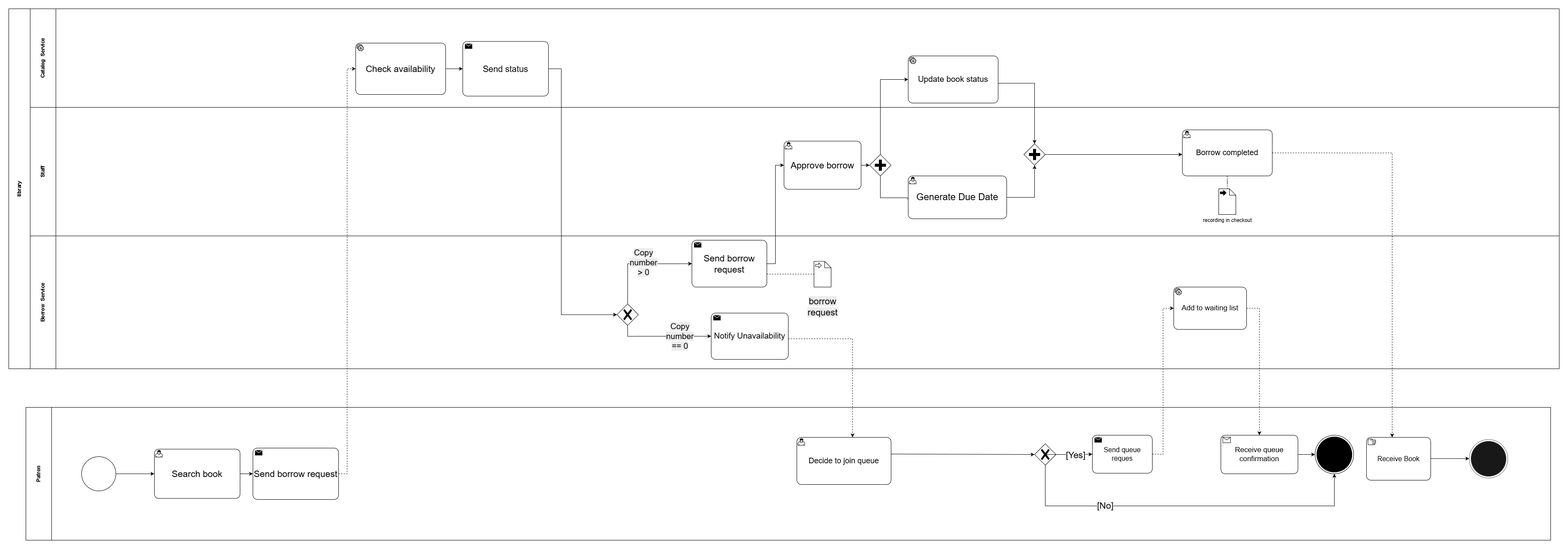
Above: cpe/lab4/BPMNv67.png in Shizulka/library-database (draw.io), before the change. Source tidied: cells renumbered, new cells last; positions are measured from the earlier drawing's top-left corner, leaving out a move shared by most shapes.
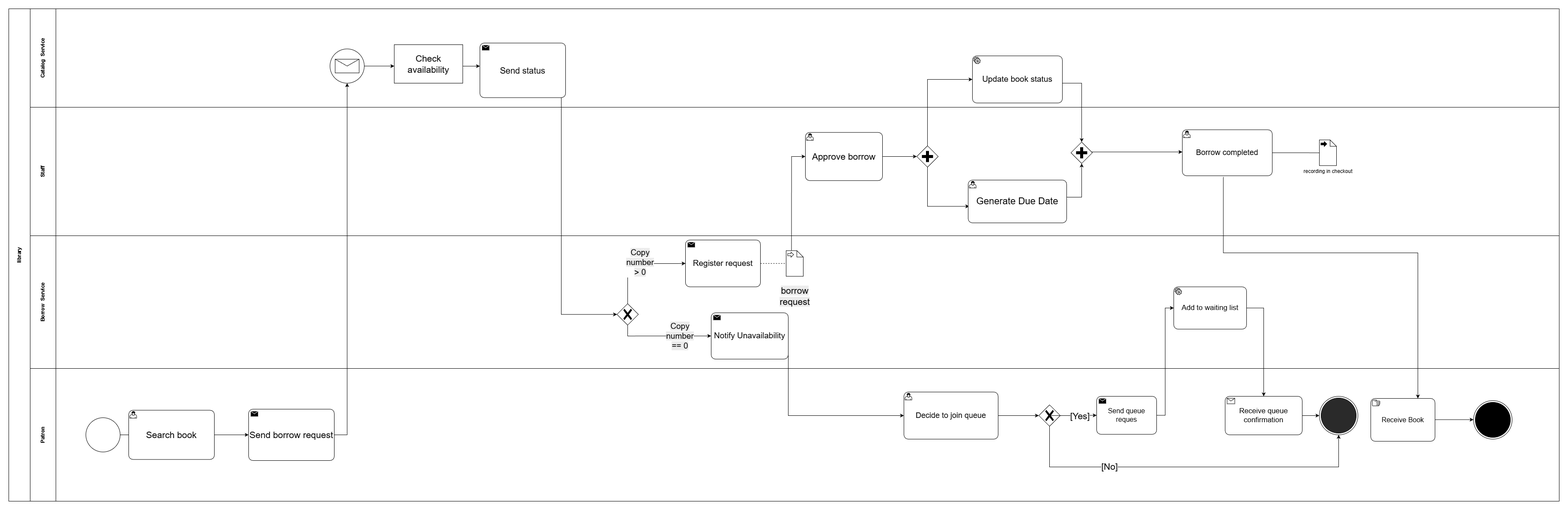
Later version of the same file.

Change to the diagram source:
```diff
@@ -5,3 +5,3 @@
     <mxCell id="2" value="library" style="swimlane;horizontal=0;startSize=50;html=1;" parent="1" vertex="1">
-      <mxGeometry width="3620" height="840" as="geometry" />
+      <mxGeometry width="3620" height="1150" as="geometry" />
     </mxCell>
@@ -10,14 +10,25 @@
     </mxCell>
-    <mxCell id="4" value="&lt;span style=&quot;font-size: 21px;&quot;&gt;Check availability&lt;/span&gt;" style="points=[[0.25,0,0],[0.5,0,0],[0.75,0,0],[1,0.25,0],[1,0.5,0],[1,0.75,0],[0.75,1,0],[0.5,1,0],[0.25,1,0],[0,0.75,0],[0,0.5,0],[0,0.25,0]];shape=mxgraph.bpmn.task2;whiteSpace=wrap;rectStyle=rounded;size=10;html=1;taskMarker=service;" parent="3" vertex="1">
-      <mxGeometry x="760" y="80" width="210" height="120" as="geometry" />
-    </mxCell>
     <mxCell id="5" value="&lt;span style=&quot;font-size: 19px;&quot;&gt;Update book status&lt;/span&gt;" style="points=[[0.25,0,0],[0.5,0,0],[0.75,0,0],[1,0.25,0],[1,0.5,0],[1,0.75,0],[0.75,1,0],[0.5,1,0],[0.25,1,0],[0,0.75,0],[0,0.5,0],[0,0.25,0]];shape=mxgraph.bpmn.task2;whiteSpace=wrap;rectStyle=rounded;size=10;html=1;taskMarker=service;" parent="3" vertex="1">
-      <mxGeometry x="2050" y="110" width="210" height="110" as="geometry" />
+      <mxGeometry x="2200" y="110" width="210" height="110" as="geometry" />
     </mxCell>
     <mxCell id="6" value="&lt;font style=&quot;font-size: 20px;&quot;&gt;Send status&lt;/font&gt;" style="points=[[0.25,0,0],[0.5,0,0],[0.75,0,0],[1,0.25,0],[1,0.5,0],[1,0.75,0],[0.75,1,0],[0.5,1,0],[0.25,1,0],[0,0.75,0],[0,0.5,0],[0,0.25,0]];shape=mxgraph.bpmn.task2;whiteSpace=wrap;rectStyle=rounded;size=10;html=1;taskMarker=send;" parent="3" vertex="1">
-      <mxGeometry x="1010" y="76.2" width="200" height="127.5" as="geometry" />
+      <mxGeometry x="1050" y="80" width="200" height="127.5" as="geometry" />
     </mxCell>
+    <mxCell id="60" style="points=[[0.145,0.145,0],[0.5,0,0],[0.855,0.145,0],[1,0.5,0],[0.855,0.855,0],[0.5,1,0],[0.145,0.855,0],[0,0.5,0]];shape=mxgraph.bpmn.event;html=1;verticalLabelPosition=bottom;labelBackgroundColor=#ffffff;verticalAlign=top;align=center;perimeter=ellipsePerimeter;outlineConnect=0;outline=standard;symbol=message;" parent="3" vertex="1">
+      <mxGeometry x="700" y="93.8" width="80" height="80" as="geometry" />
+    </mxCell>
+    <mxCell id="4" value="&lt;span style=&quot;font-size: 21px;&quot;&gt;Check availability&lt;/span&gt;" style="rounded=0;whiteSpace=wrap;html=1;" parent="3" vertex="1">
+      <mxGeometry x="850" y="83.8" width="160" height="90" as="geometry" />
+    </mxCell>
     <mxCell id="7" style="edgeStyle=orthogonalEdgeStyle;rounded=0;jettySize=auto;html=1;" parent="3" edge="1" source="4" target="6">
-      <mxGeometry relative="1" as="geometry" />
+      <mxGeometry relative="1" as="geometry">
+        <Array as="points">
+          <mxPoint x="1040" y="134" />
+          <mxPoint x="1040" y="134" />
+        </Array>
+      </mxGeometry>
     </mxCell>
+    <mxCell id="61" style="edgeStyle=orthogonalEdgeStyle;rounded=0;jettySize=auto;html=1;entryX=0;entryY=0.556;entryDx=0;entryDy=0;entryPerimeter=0;" parent="3" edge="1" source="60" target="4">
+      <mxGeometry relative="1" as="geometry" />
+    </mxCell>
     <mxCell id="8" style="edgeStyle=orthogonalEdgeStyle;rounded=0;jettySize=auto;html=1;exitX=0.997;exitY=0.58;exitDx=0;exitDy=0;exitPerimeter=0;" parent="2" edge="1" source="5" target="16">
@@ -25,3 +36,3 @@
         <Array as="points">
-          <mxPoint x="2395" y="174" />
+          <mxPoint x="2505" y="174" />
         </Array>
@@ -29,2 +40,20 @@
     </mxCell>
+    <mxCell id="21" style="edgeStyle=orthogonalEdgeStyle;rounded=0;jettySize=auto;html=1;entryX=0;entryY=0.5;entryDx=0;entryDy=0;entryPerimeter=0;" parent="2" edge="1" source="14" target="5">
+      <mxGeometry relative="1" as="geometry">
+        <Array as="points">
+          <mxPoint x="2145" y="165" />
+        </Array>
+      </mxGeometry>
+    </mxCell>
+    <mxCell id="22" style="edgeStyle=orthogonalEdgeStyle;rounded=0;jettySize=auto;html=1;entryX=0;entryY=0.5;entryDx=0;entryDy=0;entryPerimeter=0;" parent="2" edge="1" source="6" target="28">
+      <mxGeometry relative="1" as="geometry">
+        <Array as="points">
+          <mxPoint x="1290" y="140" />
+          <mxPoint x="1290" y="714" />
+        </Array>
+      </mxGeometry>
+    </mxCell>
+    <mxCell id="23" style="edgeStyle=orthogonalEdgeStyle;rounded=0;jettySize=auto;html=1;entryX=0;entryY=0.5;entryDx=0;entryDy=0;entryPerimeter=0;exitX=0;exitY=0;exitDx=12.5;exitDy=0;exitPerimeter=0;" parent="2" edge="1" source="33" target="12">
+      <mxGeometry relative="1" as="geometry" />
+    </mxCell>
     <mxCell id="9" value="Staff" style="swimlane;startSize=60;horizontal=0;html=1;" parent="2" vertex="1">
@@ -35,3 +64,4 @@
         <Array as="points">
-          <mxPoint x="2345" y="210" />
+          <mxPoint x="2420" y="210" />
+          <mxPoint x="2455" y="210" />
         </Array>
@@ -39,5 +69,8 @@
     </mxCell>
-    <mxCell id="11" style="edgeStyle=orthogonalEdgeStyle;rounded=0;jettySize=auto;html=1;curved=0;entryX=0;entryY=0.5;entryDx=0;entryDy=0;exitX=1;exitY=0.5;exitDx=0;exitDy=0;exitPerimeter=0;" parent="9" edge="1" source="16">
+    <mxCell id="11" style="edgeStyle=orthogonalEdgeStyle;rounded=0;jettySize=auto;html=1;curved=0;exitX=1;exitY=0.5;exitDx=0;exitDy=0;exitPerimeter=0;" parent="9" edge="1" target="18">
       <mxGeometry relative="1" as="geometry">
-        <mxPoint x="2690" y="110" as="targetPoint" />
+        <mxPoint x="2470" y="104.4" as="sourcePoint" />
+        <Array as="points">
+          <mxPoint x="2470" y="106" />
+        </Array>
       </mxGeometry>
@@ -45,3 +78,3 @@
     <mxCell id="12" value="&lt;span style=&quot;font-size: 21px;&quot;&gt;Approve borrow&lt;/span&gt;" style="points=[[0.25,0,0],[0.5,0,0],[0.75,0,0],[1,0.25,0],[1,0.5,0],[1,0.75,0],[0.75,1,0],[0.5,1,0],[0.25,1,0],[0,0.75,0],[0,0.5,0],[0,0.25,0]];shape=mxgraph.bpmn.task2;whiteSpace=wrap;rectStyle=rounded;size=10;html=1;taskMarker=user;" parent="9" vertex="1">
-      <mxGeometry x="1760" y="78.8" width="180" height="112.5" as="geometry" />
+      <mxGeometry x="1810" y="58.8" width="180" height="112.5" as="geometry" />
     </mxCell>
@@ -50,3 +83,3 @@
         <Array as="points">
-          <mxPoint x="1985" y="211" />
+          <mxPoint x="2095" y="231" />
         </Array>
@@ -55,3 +88,3 @@
     <mxCell id="14" style="points=[[0.25,0.25,0],[0.5,0,0],[0.75,0.25,0],[1,0.5,0],[0.75,0.75,0],[0.5,1,0],[0.25,0.75,0],[0,0.5,0]];shape=mxgraph.bpmn.gateway2;html=1;verticalLabelPosition=bottom;labelBackgroundColor=#ffffff;verticalAlign=top;align=center;perimeter=rhombusPerimeter;outlineConnect=0;outline=none;symbol=none;gwType=parallel;" parent="9" vertex="1">
-      <mxGeometry x="1960" y="110" width="50" height="50" as="geometry" />
+      <mxGeometry x="2070" y="90" width="50" height="50" as="geometry" />
     </mxCell>
@@ -61,5 +94,5 @@
     <mxCell id="16" style="points=[[0.25,0.25,0],[0.5,0,0],[0.75,0.25,0],[1,0.5,0],[0.75,0.75,0],[0.5,1,0],[0.25,0.75,0],[0,0.5,0]];shape=mxgraph.bpmn.gateway2;html=1;verticalLabelPosition=bottom;labelBackgroundColor=#ffffff;verticalAlign=top;align=center;perimeter=rhombusPerimeter;outlineConnect=0;outline=none;symbol=none;gwType=parallel;" parent="9" vertex="1">
-      <mxGeometry x="2320" y="85" width="50" height="50" as="geometry" />
+      <mxGeometry x="2430" y="81.2" width="50" height="50" as="geometry" />
     </mxCell>
-    <mxCell id="17" style="edgeStyle=orthogonalEdgeStyle;rounded=0;jettySize=auto;html=1;endArrow=none;endFill=0;dashed=1;" parent="9" edge="1" source="18" target="20">
+    <mxCell id="17" style="edgeStyle=orthogonalEdgeStyle;rounded=0;jettySize=auto;html=1;endArrow=none;endFill=0;" parent="9" edge="1" source="18" target="20">
       <mxGeometry relative="1" as="geometry" />
@@ -70,25 +103,7 @@
     <mxCell id="19" value="&lt;span style=&quot;font-size: 22px;&quot;&gt;Generate Due Date&lt;/span&gt;" style="points=[[0.25,0,0],[0.5,0,0],[0.75,0,0],[1,0.25,0],[1,0.5,0],[1,0.75,0],[0.75,1,0],[0.5,1,0],[0.25,1,0],[0,0.75,0],[0,0.5,0],[0,0.25,0]];shape=mxgraph.bpmn.task2;whiteSpace=wrap;rectStyle=rounded;size=10;html=1;taskMarker=user;" parent="9" vertex="1">
-      <mxGeometry x="2050" y="160" width="230" height="100" as="geometry" />
+      <mxGeometry x="2190" y="170" width="230" height="100" as="geometry" />
     </mxCell>
     <mxCell id="20" value="recording in checkout" style="shape=mxgraph.bpmn.data2;labelPosition=center;verticalLabelPosition=bottom;align=center;verticalAlign=top;size=15;html=1;bpmnTransferType=output;" parent="9" vertex="1">
-      <mxGeometry x="2775" y="190" width="40" height="60" as="geometry" />
+      <mxGeometry x="3010" y="76.2" width="40" height="60" as="geometry" />
     </mxCell>
-    <mxCell id="21" style="edgeStyle=orthogonalEdgeStyle;rounded=0;jettySize=auto;html=1;entryX=0;entryY=0.5;entryDx=0;entryDy=0;entryPerimeter=0;" parent="2" edge="1" source="14" target="5">
-      <mxGeometry relative="1" as="geometry">
-        <Array as="points">
-          <mxPoint x="2035" y="165" />
-        </Array>
-      </mxGeometry>
-    </mxCell>
-    <mxCell id="22" style="edgeStyle=orthogonalEdgeStyle;rounded=0;jettySize=auto;html=1;entryX=0;entryY=0.5;entryDx=0;entryDy=0;entryPerimeter=0;" parent="2" edge="1" source="6" target="28">
-      <mxGeometry relative="1" as="geometry">
-        <Array as="points">
-          <mxPoint x="1290" y="140" />
-          <mxPoint x="1290" y="714" />
-        </Array>
-      </mxGeometry>
-    </mxCell>
-    <mxCell id="23" style="edgeStyle=orthogonalEdgeStyle;rounded=0;jettySize=auto;html=1;entryX=0;entryY=0.5;entryDx=0;entryDy=0;entryPerimeter=0;" parent="2" edge="1" source="29" target="12">
-      <mxGeometry relative="1" as="geometry" />
-    </mxCell>
     <mxCell id="24" value="Borrow&amp;nbsp; Service" style="swimlane;startSize=60;horizontal=0;html=1;" parent="2" vertex="1">
@@ -114,4 +129,4 @@
     </mxCell>
-    <mxCell id="29" value="&lt;span style=&quot;font-size: 21px;&quot;&gt;Send borrow request&lt;/span&gt;" style="points=[[0.25,0,0],[0.5,0,0],[0.75,0,0],[1,0.25,0],[1,0.5,0],[1,0.75,0],[0.75,1,0],[0.5,1,0],[0.25,1,0],[0,0.75,0],[0,0.5,0],[0,0.25,0]];shape=mxgraph.bpmn.task2;whiteSpace=wrap;rectStyle=rounded;size=10;html=1;taskMarker=send;" parent="24" vertex="1">
-      <mxGeometry x="1545" y="10" width="175" height="109.4" as="geometry" />
+    <mxCell id="29" value="&lt;font style=&quot;font-size: 19px;&quot;&gt;Register request&lt;/font&gt;" style="points=[[0.25,0,0],[0.5,0,0],[0.75,0,0],[1,0.25,0],[1,0.5,0],[1,0.75,0],[0.75,1,0],[0.5,1,0],[0.25,1,0],[0,0.75,0],[0,0.5,0],[0,0.25,0]];shape=mxgraph.bpmn.task2;whiteSpace=wrap;rectStyle=rounded;size=10;html=1;taskMarker=send;" parent="24" vertex="1">
+      <mxGeometry x="1530" y="10" width="175" height="109.4" as="geometry" />
     </mxCell>
@@ -132,9 +147,9 @@
     <mxCell id="33" value="&lt;span style=&quot;background-color: light-dark(#ffffff, var(--ge-dark-color, #121212));&quot;&gt;&lt;br&gt;&lt;span style=&quot;color: rgb(0, 0, 0); font-family: Helvetica; font-size: 21px; font-style: normal; font-variant-ligatures: normal; font-variant-caps: normal; font-weight: 400; letter-spacing: normal; orphans: 2; text-align: center; text-indent: 0px; text-transform: none; widows: 2; word-spacing: 0px; -webkit-text-stroke-width: 0px; white-space: normal; text-decoration-thickness: initial; text-decoration-style: initial; text-decoration-color: initial; float: none; display: inline !important; background-color: rgb(236, 236, 236);&quot;&gt;borrow request&lt;/span&gt;&lt;br&gt;&lt;/span&gt;" style="shape=mxgraph.bpmn.data2;labelPosition=center;verticalLabelPosition=bottom;align=center;verticalAlign=top;size=15;html=1;bpmnTransferType=input;" parent="24" vertex="1">
-      <mxGeometry x="1830" y="59.4" width="40" height="60" as="geometry" />
+      <mxGeometry x="1765" y="34.7" width="40" height="60" as="geometry" />
     </mxCell>
-    <mxCell id="34" style="edgeStyle=orthogonalEdgeStyle;rounded=0;jettySize=auto;html=1;entryX=0;entryY=0.5;entryDx=0;entryDy=0;entryPerimeter=0;endArrow=none;endFill=0;dashed=1;" parent="24" edge="1" source="29" target="33">
+    <mxCell id="34" style="edgeStyle=orthogonalEdgeStyle;rounded=0;jettySize=auto;html=1;endArrow=none;endFill=0;dashed=1;exitX=1;exitY=0.5;exitDx=0;exitDy=0;exitPerimeter=0;" parent="24" edge="1" source="29" target="33">
       <mxGeometry relative="1" as="geometry">
         <Array as="points">
-          <mxPoint x="1770" y="89" />
-          <mxPoint x="1770" y="89" />
+          <mxPoint x="1730" y="65" />
+          <mxPoint x="1730" y="65" />
         </Array>
@@ -142,4 +157,7 @@
     </mxCell>
+    <mxCell id="62" style="swimlane;startSize=60;horizontal=0;html=1;" parent="2" vertex="1">
+      <mxGeometry x="50" y="840" width="3570" height="310" as="geometry" />
+    </mxCell>
-    <mxCell id="35" value="Patron" style="swimlane;startSize=60;horizontal=0;html=1;" parent="1" vertex="1">
-      <mxGeometry x="40" y="930" width="3560" height="310" as="geometry" />
+    <mxCell id="35" value="Patron" style="swimlane;startSize=60;horizontal=0;html=1;" parent="62" vertex="1">
+      <mxGeometry width="3570" height="310" as="geometry" />
     </mxCell>
@@ -153,10 +171,2 @@
     </mxCell>
-    <mxCell id="38" style="edgeStyle=orthogonalEdgeStyle;rounded=0;jettySize=auto;html=1;entryX=0;entryY=0.5;entryDx=0;entryDy=0;entryPerimeter=0;" parent="35" edge="1" target="50">
-      <mxGeometry relative="1" as="geometry">
-        <mxPoint x="1990" y="108.8" as="sourcePoint" />
-        <Array as="points">
-          <mxPoint x="1990" y="110" />
-        </Array>
-      </mxGeometry>
-    </mxCell>
     <mxCell id="39" style="edgeStyle=orthogonalEdgeStyle;rounded=0;jettySize=auto;html=1;entryX=0.5;entryY=1;entryDx=0;entryDy=0;exitX=0.5;exitY=1;exitDx=0;exitDy=0;exitPerimeter=0;" parent="35" edge="1" source="50" target="42">
@@ -175,16 +185,16 @@
     </mxCell>
-    <mxCell id="42" style="ellipse;html=1;shape=endState;fillColor=#000000;strokeColor=default;" parent="35" vertex="1">
+    <mxCell id="42" style="ellipse;html=1;shape=endState;fillColor=light-dark(#2A2A2A,#2F2F2F);strokeColor=default;" parent="35" vertex="1">
       <mxGeometry x="3010" y="65" width="90" height="90" as="geometry" />
     </mxCell>
-    <mxCell id="43" style="edgeStyle=orthogonalEdgeStyle;rounded=0;orthogonalLoop=1;jettySize=auto;html=1;exitX=1;exitY=0.5;exitDx=0;exitDy=0;exitPerimeter=0;" parent="35" edge="1">
-      <mxGeometry relative="1" as="geometry">
-        <mxPoint x="470" y="155" as="sourcePoint" />
-        <mxPoint x="530" y="155" as="targetPoint" />
-      </mxGeometry>
+    <mxCell id="43" style="edgeStyle=orthogonalEdgeStyle;rounded=0;jettySize=auto;html=1;entryX=0;entryY=0.5;entryDx=0;entryDy=0;entryPerimeter=0;" parent="35" edge="1" source="44" target="51">
+      <mxGeometry relative="1" as="geometry" />
     </mxCell>
     <mxCell id="44" value="&lt;span style=&quot;font-size: 21px;&quot;&gt;Search book&lt;/span&gt;" style="points=[[0.25,0,0],[0.5,0,0],[0.75,0,0],[1,0.25,0],[1,0.5,0],[1,0.75,0],[0.75,1,0],[0.5,1,0],[0.25,1,0],[0,0.75,0],[0,0.5,0],[0,0.25,0]];shape=mxgraph.bpmn.task2;whiteSpace=wrap;rectStyle=rounded;size=10;html=1;taskMarker=user;" parent="35" vertex="1">
-      <mxGeometry x="300" y="97.5" width="200" height="115" as="geometry" />
+      <mxGeometry x="230" y="97.5" width="200" height="115" as="geometry" />
     </mxCell>
+    <mxCell id="63" style="edgeStyle=orthogonalEdgeStyle;rounded=0;jettySize=auto;html=1;" parent="35" edge="1" source="45" target="50">
+      <mxGeometry relative="1" as="geometry" />
+    </mxCell>
     <mxCell id="45" value="&lt;span style=&quot;font-size: 18px;&quot;&gt;Decide to join queue&lt;/span&gt;" style="points=[[0.25,0,0],[0.5,0,0],[0.75,0,0],[1,0.25,0],[1,0.5,0],[1,0.75,0],[0.75,1,0],[0.5,1,0],[0.25,1,0],[0,0.75,0],[0,0.5,0],[0,0.25,0]];shape=mxgraph.bpmn.task2;whiteSpace=wrap;rectStyle=rounded;size=10;html=1;taskMarker=user;" parent="35" vertex="1">
-      <mxGeometry x="1800" y="70" width="220" height="110" as="geometry" />
+      <mxGeometry x="2040" y="55" width="220" height="110" as="geometry" />
     </mxCell>
@@ -202,3 +212,3 @@
     </mxCell>
-    <mxCell id="49" style="ellipse;html=1;shape=endState;fillColor=#181818;strokeColor=#616761;" parent="35" vertex="1">
+    <mxCell id="49" style="ellipse;html=1;shape=endState;fillColor=#000000;strokeColor=#000000;" parent="35" vertex="1">
       <mxGeometry x="3370" y="75" width="90" height="90" as="geometry" />
@@ -209,3 +219,3 @@
     <mxCell id="51" value="&lt;span style=&quot;font-size: 21px;&quot;&gt;Send borrow request&lt;/span&gt;" style="points=[[0.25,0,0],[0.5,0,0],[0.75,0,0],[1,0.25,0],[1,0.5,0],[1,0.75,0],[0.75,1,0],[0.5,1,0],[0.25,1,0],[0,0.75,0],[0,0.5,0],[0,0.25,0]];shape=mxgraph.bpmn.task2;whiteSpace=wrap;rectStyle=rounded;size=10;html=1;taskMarker=send;" parent="35" vertex="1">
-      <mxGeometry x="530" y="95" width="200" height="120" as="geometry" />
+      <mxGeometry x="510" y="95" width="200" height="120" as="geometry" />
     </mxCell>
@@ -229,7 +239,18 @@
     </mxCell>
+    <mxCell id="57" style="edgeStyle=orthogonalEdgeStyle;rounded=0;jettySize=auto;html=1;entryX=0.5;entryY=0;entryDx=0;entryDy=0;entryPerimeter=0;exitX=1;exitY=0.5;exitDx=0;exitDy=0;exitPerimeter=0;" parent="2" edge="1" source="27" target="46">
+      <mxGeometry relative="1" as="geometry" />
+    </mxCell>
+    <mxCell id="56" style="edgeStyle=orthogonalEdgeStyle;rounded=0;jettySize=auto;html=1;exitX=0.456;exitY=1.025;exitDx=0;exitDy=0;exitPerimeter=0;" parent="2" edge="1" source="18" target="47">
+      <mxGeometry relative="1" as="geometry">
+        <Array as="points">
+          <mxPoint x="2836" y="570" />
+          <mxPoint x="3290" y="570" />
+        </Array>
+      </mxGeometry>
+    </mxCell>
-    <mxCell id="55" style="edgeStyle=orthogonalEdgeStyle;rounded=0;jettySize=auto;html=1;exitX=1;exitY=0.5;exitDx=0;exitDy=0;exitPerimeter=0;dashed=1;entryX=0;entryY=0.5;entryDx=0;entryDy=0;entryPerimeter=0;" parent="1" edge="1" source="51" target="4">
+    <mxCell id="55" style="edgeStyle=orthogonalEdgeStyle;rounded=0;jettySize=auto;html=1;exitX=1;exitY=0.5;exitDx=0;exitDy=0;exitPerimeter=0;entryX=0.5;entryY=1;entryDx=0;entryDy=0;entryPerimeter=0;" parent="2" edge="1" source="51" target="60">
       <mxGeometry relative="1" as="geometry">
         <Array as="points">
-          <mxPoint x="790" y="1085" />
-          <mxPoint x="790" y="140" />
+          <mxPoint x="790" y="995" />
+          <mxPoint x="790" y="174" />
         </Array>
@@ -237,17 +258,9 @@
     </mxCell>
-    <mxCell id="56" style="edgeStyle=orthogonalEdgeStyle;rounded=0;jettySize=auto;html=1;exitX=1;exitY=0.5;exitDx=0;exitDy=0;exitPerimeter=0;dashed=1;" parent="1" edge="1" source="18" target="47">
-      <mxGeometry relative="1" as="geometry">
-        <Array as="points">
-          <mxPoint x="3230" y="336" />
-        </Array>
-      </mxGeometry>
-    </mxCell>
-    <mxCell id="57" style="edgeStyle=orthogonalEdgeStyle;rounded=0;jettySize=auto;html=1;entryX=0.5;entryY=0;entryDx=0;entryDy=0;entryPerimeter=0;dashed=1;exitX=1;exitY=0.5;exitDx=0;exitDy=0;exitPerimeter=0;" parent="1" edge="1" source="27" target="46">
-      <mxGeometry relative="1" as="geometry" />
-    </mxCell>
+    <mxCell id="59" style="edgeStyle=orthogonalEdgeStyle;rounded=0;jettySize=auto;html=1;entryX=0;entryY=0.5;entryDx=0;entryDy=0;entryPerimeter=0;" parent="2" edge="1" source="52" target="27">
+      <mxGeometry relative="1" as="geometry" />
+    </mxCell>
-    <mxCell id="58" style="edgeStyle=orthogonalEdgeStyle;rounded=0;jettySize=auto;html=1;exitX=1;exitY=0.5;exitDx=0;exitDy=0;exitPerimeter=0;dashed=1;" parent="1" edge="1" source="32" target="45">
+    <mxCell id="58" style="edgeStyle=orthogonalEdgeStyle;rounded=0;jettySize=auto;html=1;exitX=1;exitY=0.5;exitDx=0;exitDy=0;exitPerimeter=0;entryX=0;entryY=0.5;entryDx=0;entryDy=0;entryPerimeter=0;" parent="2" edge="1" source="32" target="45">
       <mxGeometry relative="1" as="geometry">
         <Array as="points">
-          <mxPoint x="1820" y="770" />
-          <mxPoint x="1970" y="770" />
+          <mxPoint x="1820" y="950" />
         </Array>
@@ -255,5 +268,2 @@
     </mxCell>
-    <mxCell id="59" style="edgeStyle=orthogonalEdgeStyle;rounded=0;jettySize=auto;html=1;entryX=0;entryY=0.5;entryDx=0;entryDy=0;entryPerimeter=0;dashed=1;" parent="1" edge="1" source="52" target="27">
-      <mxGeometry relative="1" as="geometry" />
-    </mxCell>
   </root>
```
